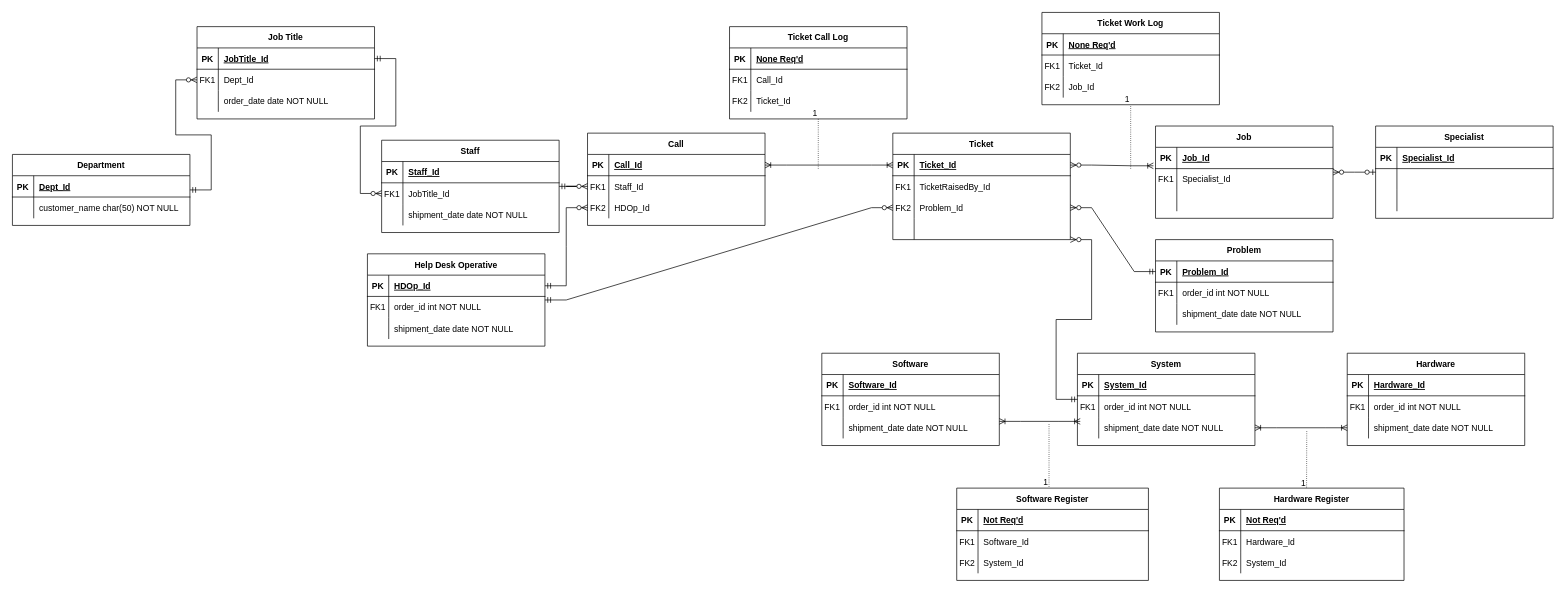
olliej111/RTS-Unit-Control keeps this draw.io diagram as Assets/Untitled Diagram.drawio. Above is the earlier version. Source tidied: cells renumbered, new cells numbered last; positions are measured from the earlier drawing's top-left corner, leaving out a move shared by most shapes. Both pictures are drawn from the tidied source at 71%, with x=0, y=0 at pixel (12, 12).
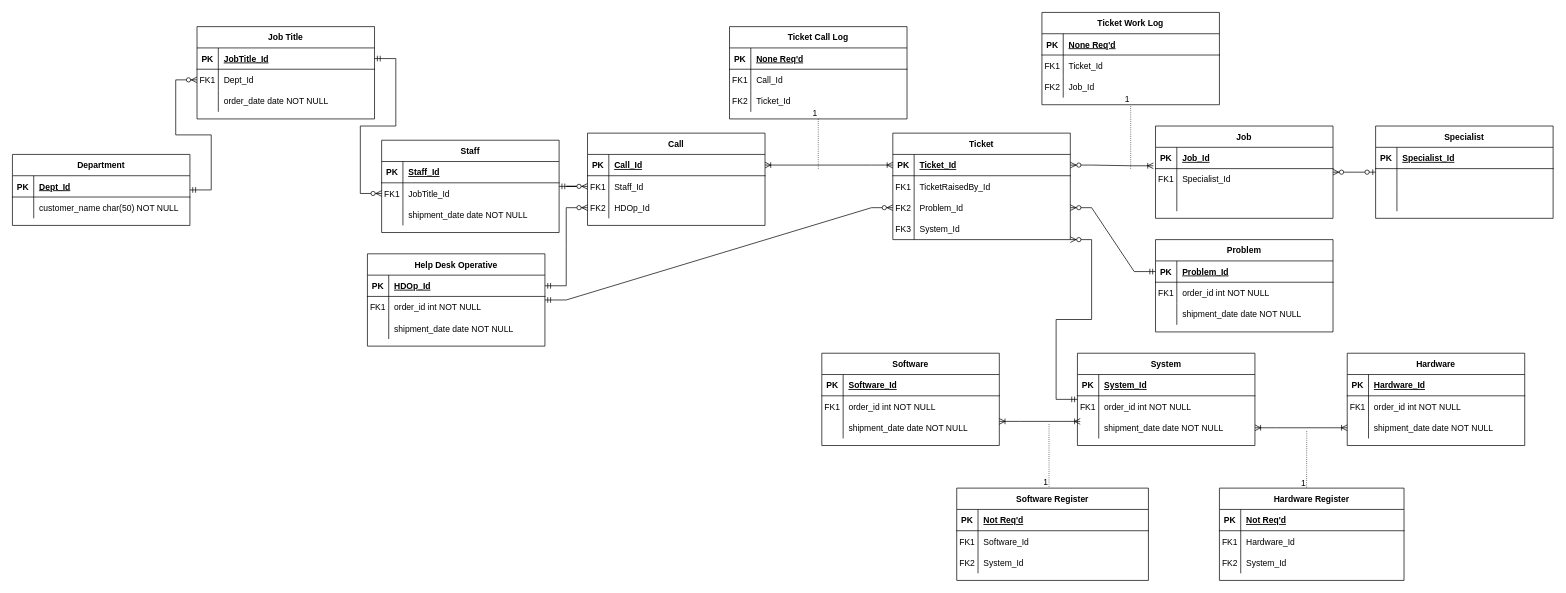
After the change.

The change refers to these unchanged cells:
```xml
<mxCell id="69" style="shape=partialRectangle;fillColor=none;top=0;left=0;right=0;bottom=0;" parent="59" vertex="1">
  <mxGeometry y="120" width="250" height="30" as="geometry" />
</mxCell>
```

Diff of the diagram source:
```diff
@@
-    <mxCell id="70" style="shape=partialRectangle;overflow=hidden;fillColor=none;top=0;left=0;bottom=0;right=0;" parent="69" vertex="1">
+    <mxCell id="70" value="FK3" style="shape=partialRectangle;overflow=hidden;fillColor=none;top=0;left=0;bottom=0;right=0;" parent="69" vertex="1">
       <mxGeometry width="30" height="30" as="geometry" />
     </mxCell>
-    <mxCell id="71" style="shape=partialRectangle;overflow=hidden;fillColor=none;top=0;left=0;bottom=0;right=0;align=left;spacingLeft=6;" parent="69" vertex="1">
+    <mxCell id="71" value="System_Id" style="shape=partialRectangle;overflow=hidden;fillColor=none;top=0;left=0;bottom=0;right=0;align=left;spacingLeft=6;" parent="69" vertex="1">
       <mxGeometry x="30" width="220" height="30" as="geometry" />
     </mxCell>
```
